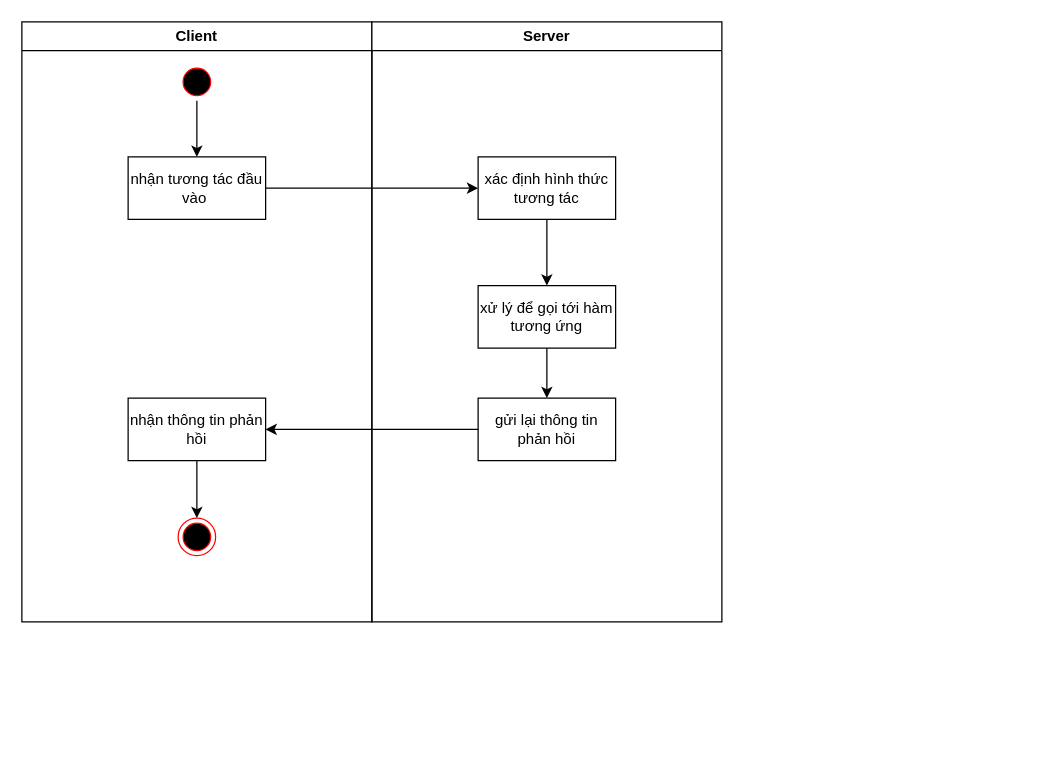
Before: page "Trang-4" (4 of 4) of Biểu đồ không có tiêu đề.drawio in LTDat-HustK65/GP_main_system, a draw.io diagram. Source tidied: cells renumbered, new cells numbered last; positions are measured from the earlier drawing's top-left corner, leaving out a move shared by most shapes. Both pictures are drawn from the tidied source at 125%, with x=0, y=0 at pixel (21, 21).
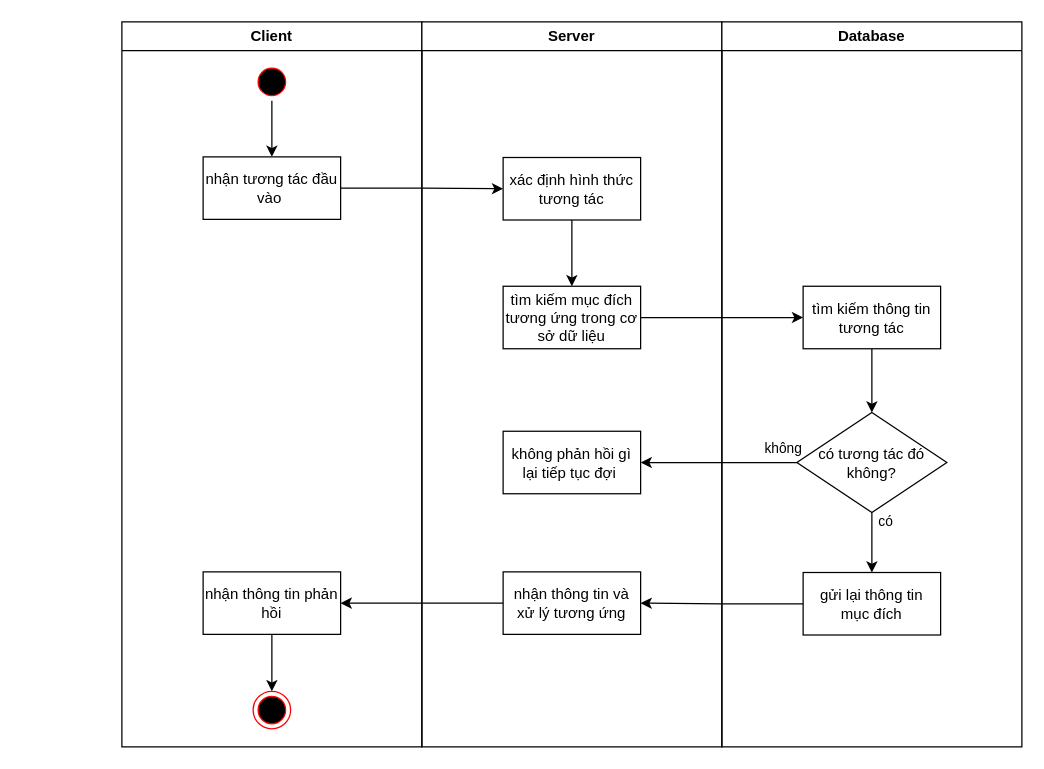
The same page after the edit.

Commit message:
Cập nhật Biểu đồ không có tiêu đề.drawio

What changed in the source:
```diff
@@
     <mxCell id="2" value="Client" style="swimlane;whiteSpace=wrap;startSize=23;" parent="1" vertex="1">
-      <mxGeometry width="280" height="480" as="geometry" />
+      <mxGeometry x="80" width="240" height="580" as="geometry" />
     </mxCell>
     <mxCell id="3" style="ellipse;shape=startState;fillColor=#000000;strokeColor=#ff0000;" parent="2" vertex="1">
-      <mxGeometry x="125" y="33" width="30" height="30" as="geometry" />
+      <mxGeometry x="105" y="33" width="30" height="30" as="geometry" />
     </mxCell>
@@
     <mxCell id="5" value="nhận tương tác đầu vào&amp;nbsp;" style="html=1;whiteSpace=wrap;" parent="2" vertex="1">
-      <mxGeometry x="85" y="108" width="110" height="50" as="geometry" />
+      <mxGeometry x="65" y="108" width="110" height="50" as="geometry" />
     </mxCell>
     <mxCell id="6" value="nhận thông tin phản hồi" style="html=1;whiteSpace=wrap;" parent="2" vertex="1">
-      <mxGeometry x="85" y="301" width="110" height="50" as="geometry" />
+      <mxGeometry x="65" y="440" width="110" height="50" as="geometry" />
     </mxCell>
     <mxCell id="7" style="ellipse;html=1;shape=endState;fillColor=#000000;strokeColor=#ff0000;" parent="2" vertex="1">
-      <mxGeometry x="125" y="397" width="30" height="30" as="geometry" />
+      <mxGeometry x="105" y="535.5" width="30" height="30" as="geometry" />
     </mxCell>
@@
     <mxCell id="9" value="Server" style="swimlane;whiteSpace=wrap;" parent="1" vertex="1">
-      <mxGeometry x="280" width="280" height="480" as="geometry" />
+      <mxGeometry x="320" width="240" height="580" as="geometry" />
     </mxCell>
@@
     <mxCell id="11" value="xác định hình thức tương tác" style="html=1;whiteSpace=wrap;" parent="9" vertex="1">
-      <mxGeometry x="85" y="108" width="110" height="50" as="geometry" />
+      <mxGeometry x="65" y="108.5" width="110" height="50" as="geometry" />
     </mxCell>
-    <mxCell id="12" style="edgeStyle=orthogonalEdgeStyle;rounded=0;jettySize=auto;html=1;" parent="9" edge="1" source="13" target="14">
-      <mxGeometry relative="1" as="geometry" />
-    </mxCell>
-    <mxCell id="13" value="xử lý để gọi tới hàm tương ứng" style="html=1;whiteSpace=wrap;" parent="9" vertex="1">
-      <mxGeometry x="85" y="211" width="110" height="50" as="geometry" />
+    <mxCell id="13" value="tìm kiếm mục đích tương ứng trong cơ sở dữ liệu" style="html=1;whiteSpace=wrap;" parent="9" vertex="1">
+      <mxGeometry x="65" y="211.5" width="110" height="50" as="geometry" />
     </mxCell>
-    <mxCell id="14" value="gửi lại thông tin phản hồi" style="html=1;whiteSpace=wrap;" parent="9" vertex="1">
-      <mxGeometry x="85" y="301" width="110" height="50" as="geometry" />
+    <mxCell id="14" value="không phản hồi gì lại tiếp tục đợi&amp;nbsp;" style="html=1;whiteSpace=wrap;" parent="9" vertex="1">
+      <mxGeometry x="65" y="327.5" width="110" height="50" as="geometry" />
     </mxCell>
+    <mxCell id="17" value="nhận thông tin và xử lý tương ứng" style="html=1;whiteSpace=wrap;" parent="9" vertex="1">
+      <mxGeometry x="65" y="440" width="110" height="50" as="geometry" />
+    </mxCell>
@@
-    <mxCell id="16" style="edgeStyle=orthogonalEdgeStyle;rounded=0;jettySize=auto;html=1;entryX=1;entryY=0.5;entryDx=0;entryDy=0;" parent="1" edge="1" source="14" target="6">
-      <mxGeometry relative="1" as="geometry" />
-    </mxCell>
+    <mxCell id="18" value="Database" style="swimlane;whiteSpace=wrap;" parent="1" vertex="1">
+      <mxGeometry x="560" width="240" height="580" as="geometry" />
+    </mxCell>
+    <mxCell id="19" style="edgeStyle=orthogonalEdgeStyle;rounded=0;jettySize=auto;html=1;" parent="18" edge="1" source="20" target="24">
+      <mxGeometry relative="1" as="geometry" />
+    </mxCell>
+    <mxCell id="20" value="tìm kiếm thông tin tương tác" style="html=1;whiteSpace=wrap;" parent="18" vertex="1">
+      <mxGeometry x="65" y="211.5" width="110" height="50" as="geometry" />
+    </mxCell>
+    <mxCell id="21" value="gửi lại thông tin mục đích" style="html=1;whiteSpace=wrap;" parent="18" vertex="1">
+      <mxGeometry x="65" y="440.5" width="110" height="50" as="geometry" />
+    </mxCell>
+    <mxCell id="22" style="edgeStyle=orthogonalEdgeStyle;rounded=0;jettySize=auto;html=1;" parent="18" edge="1" source="24" target="21">
+      <mxGeometry relative="1" as="geometry" />
+    </mxCell>
+    <mxCell id="23" value="có" style="edgeLabel;html=1;align=center;verticalAlign=middle;" parent="22" vertex="1">
+      <mxGeometry x="-0.69" y="1" relative="1" as="geometry">
+        <mxPoint x="9" as="offset" />
+      </mxGeometry>
+    </mxCell>
+    <mxCell id="24" value="có tương tác đó không?" style="rhombus;whiteSpace=wrap;html=1;" parent="18" vertex="1">
+      <mxGeometry x="60" y="312.5" width="120" height="80" as="geometry" />
+    </mxCell>
+    <mxCell id="25" style="edgeStyle=orthogonalEdgeStyle;rounded=0;jettySize=auto;html=1;" parent="1" edge="1" source="13" target="20">
+      <mxGeometry relative="1" as="geometry" />
+    </mxCell>
+    <mxCell id="26" style="edgeStyle=orthogonalEdgeStyle;rounded=0;jettySize=auto;html=1;" parent="1" edge="1" source="24" target="14">
+      <mxGeometry relative="1" as="geometry" />
+    </mxCell>
+    <mxCell id="27" value="không" style="edgeLabel;html=1;align=center;verticalAlign=middle;" parent="26" vertex="1">
+      <mxGeometry x="-0.59" y="1" relative="1" as="geometry">
+        <mxPoint x="14" y="-13" as="offset" />
+      </mxGeometry>
+    </mxCell>
+    <mxCell id="28" style="edgeStyle=orthogonalEdgeStyle;rounded=0;jettySize=auto;html=1;entryX=1;entryY=0.5;entryDx=0;entryDy=0;" parent="1" edge="1" source="21" target="17">
+      <mxGeometry relative="1" as="geometry" />
+    </mxCell>
+    <mxCell id="29" style="edgeStyle=orthogonalEdgeStyle;rounded=0;jettySize=auto;html=1;entryX=1;entryY=0.5;entryDx=0;entryDy=0;" parent="1" edge="1" source="17" target="6">
+      <mxGeometry relative="1" as="geometry" />
+    </mxCell>
```
